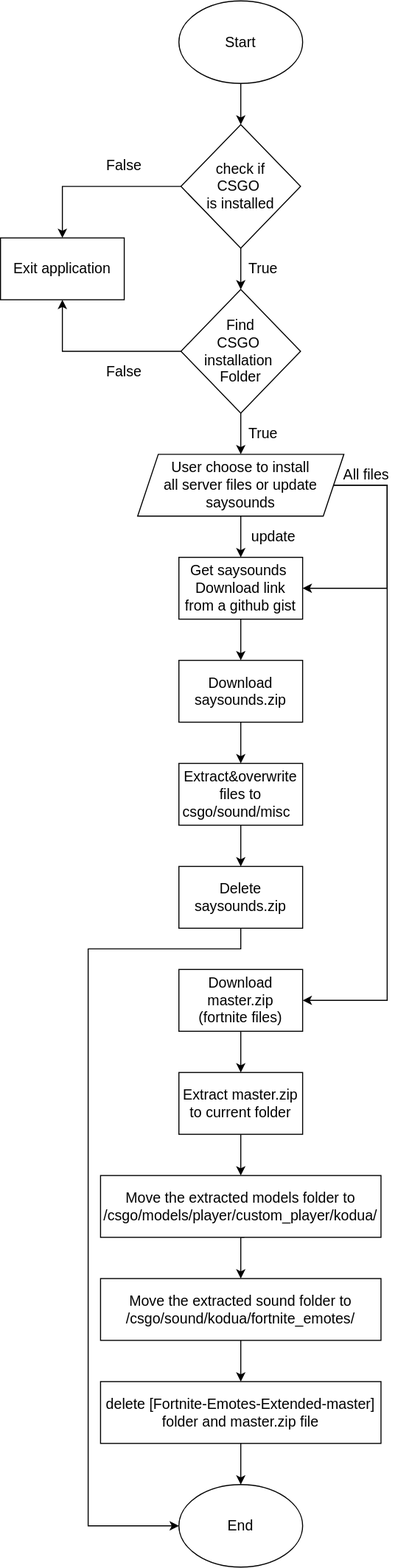
Above: HSFG.svg in SK10/HSFG (draw.io), before the change. Source tidied: cells renumbered, new cells last; positions are measured from the earlier drawing's top-left corner, leaving out a move shared by most shapes. Source of this version:
```xml
<mxGraphModel>
  <root>
    <mxCell id="0" />
    <mxCell id="1" parent="0" />
    <mxCell id="2" value="&lt;div&gt;True&lt;/div&gt;" style="text;html=1;strokeColor=none;fillColor=none;align=center;verticalAlign=middle;whiteSpace=wrap;rounded=0;fontSize=14;" parent="1" vertex="1">
      <mxGeometry x="235" y="250" width="40" height="20" as="geometry" />
    </mxCell>
    <mxCell id="3" value="&lt;div&gt;True&lt;/div&gt;" style="text;html=1;strokeColor=none;fillColor=none;align=center;verticalAlign=middle;whiteSpace=wrap;rounded=0;fontSize=14;" parent="1" vertex="1">
      <mxGeometry x="235" y="410" width="40" height="20" as="geometry" />
    </mxCell>
    <mxCell id="4" value="End" style="ellipse;whiteSpace=wrap;html=1;fontSize=14;" parent="1" vertex="1">
      <mxGeometry x="173" y="1440" width="120" height="80" as="geometry" />
    </mxCell>
    <mxCell id="5" style="edgeStyle=orthogonalEdgeStyle;rounded=0;jettySize=auto;html=1;exitX=0.5;exitY=1;exitDx=0;exitDy=0;entryX=0.5;entryY=0;entryDx=0;entryDy=0;" parent="1" edge="1" source="6" target="9">
      <mxGeometry relative="1" as="geometry" />
    </mxCell>
    <mxCell id="6" value="Start" style="ellipse;whiteSpace=wrap;html=1;fontSize=14;" parent="1" vertex="1">
      <mxGeometry x="173" width="120" height="80" as="geometry" />
    </mxCell>
    <mxCell id="7" style="edgeStyle=orthogonalEdgeStyle;rounded=0;jettySize=auto;html=1;exitX=0.5;exitY=1;exitDx=0;exitDy=0;entryX=0.5;entryY=0;entryDx=0;entryDy=0;" parent="1" edge="1" source="9" target="12">
      <mxGeometry relative="1" as="geometry" />
    </mxCell>
    <mxCell id="8" style="edgeStyle=orthogonalEdgeStyle;rounded=0;jettySize=auto;html=1;exitX=0;exitY=0.5;exitDx=0;exitDy=0;entryX=0.5;entryY=0;entryDx=0;entryDy=0;" parent="1" edge="1" source="9" target="32">
      <mxGeometry relative="1" as="geometry" />
    </mxCell>
    <mxCell id="9" value="check if &lt;br&gt;CSGO&amp;nbsp;&lt;br&gt;is installed" style="rhombus;whiteSpace=wrap;html=1;fontSize=14;" parent="1" vertex="1">
      <mxGeometry x="175" y="120" width="116" height="120" as="geometry" />
    </mxCell>
    <mxCell id="10" style="edgeStyle=orthogonalEdgeStyle;rounded=0;jettySize=auto;html=1;exitX=0;exitY=0.5;exitDx=0;exitDy=0;entryX=0.5;entryY=1;entryDx=0;entryDy=0;" parent="1" edge="1" source="12" target="32">
      <mxGeometry relative="1" as="geometry" />
    </mxCell>
    <mxCell id="11" style="edgeStyle=orthogonalEdgeStyle;rounded=0;jettySize=auto;html=1;exitX=0.5;exitY=1;exitDx=0;exitDy=0;entryX=0.5;entryY=0;entryDx=0;entryDy=0;" parent="1" edge="1" source="12" target="38">
      <mxGeometry relative="1" as="geometry" />
    </mxCell>
    <mxCell id="12" value="Find &lt;br&gt;CSGO&amp;nbsp;&lt;br&gt;installation&amp;nbsp;&lt;br&gt;Folder" style="rhombus;whiteSpace=wrap;html=1;fontSize=14;" parent="1" vertex="1">
      <mxGeometry x="175" y="280" width="116" height="120" as="geometry" />
    </mxCell>
    <mxCell id="13" style="edgeStyle=orthogonalEdgeStyle;rounded=0;jettySize=auto;html=1;exitX=0.5;exitY=1;exitDx=0;exitDy=0;entryX=0.5;entryY=0;entryDx=0;entryDy=0;" parent="1" edge="1" source="14" target="16">
      <mxGeometry relative="1" as="geometry" />
    </mxCell>
    <mxCell id="14" value="Get saysounds&amp;nbsp;&lt;br&gt;Download link from a github gist" style="rounded=0;whiteSpace=wrap;html=1;fontSize=14;" parent="1" vertex="1">
      <mxGeometry x="173" y="540" width="120" height="60" as="geometry" />
    </mxCell>
    <mxCell id="15" style="edgeStyle=orthogonalEdgeStyle;rounded=0;jettySize=auto;html=1;exitX=0.5;exitY=1;exitDx=0;exitDy=0;entryX=0.5;entryY=0;entryDx=0;entryDy=0;" parent="1" edge="1" source="16" target="18">
      <mxGeometry relative="1" as="geometry" />
    </mxCell>
    <mxCell id="16" value="Download saysounds.zip&lt;br&gt;" style="rounded=0;whiteSpace=wrap;html=1;fontSize=14;" parent="1" vertex="1">
      <mxGeometry x="173" y="640" width="120" height="60" as="geometry" />
    </mxCell>
    <mxCell id="17" style="edgeStyle=orthogonalEdgeStyle;rounded=0;jettySize=auto;html=1;exitX=0.5;exitY=1;exitDx=0;exitDy=0;" parent="1" edge="1" source="18" target="29">
      <mxGeometry relative="1" as="geometry" />
    </mxCell>
    <mxCell id="18" value="Extract&amp;amp;overwrite&lt;br&gt;files to csgo/sound/misc&amp;nbsp;&amp;nbsp;" style="rounded=0;whiteSpace=wrap;html=1;fontSize=14;" parent="1" vertex="1">
      <mxGeometry x="173" y="740" width="120" height="60" as="geometry" />
    </mxCell>
    <mxCell id="19" style="edgeStyle=orthogonalEdgeStyle;rounded=0;jettySize=auto;html=1;exitX=0.5;exitY=1;exitDx=0;exitDy=0;entryX=0.5;entryY=0;entryDx=0;entryDy=0;" parent="1" edge="1" source="20" target="22">
      <mxGeometry relative="1" as="geometry" />
    </mxCell>
    <mxCell id="20" value="Download master.zip &lt;br&gt;(fortnite files)" style="rounded=0;whiteSpace=wrap;html=1;fontSize=14;" parent="1" vertex="1">
      <mxGeometry x="173" y="940" width="120" height="60" as="geometry" />
    </mxCell>
    <mxCell id="21" style="edgeStyle=orthogonalEdgeStyle;rounded=0;jettySize=auto;html=1;exitX=0.5;exitY=1;exitDx=0;exitDy=0;entryX=0.5;entryY=0;entryDx=0;entryDy=0;" parent="1" edge="1" source="22" target="25">
      <mxGeometry relative="1" as="geometry" />
    </mxCell>
    <mxCell id="22" value="Extract master.zip to current folder" style="rounded=0;whiteSpace=wrap;html=1;fontSize=14;" parent="1" vertex="1">
      <mxGeometry x="173" y="1040" width="120" height="60" as="geometry" />
    </mxCell>
    <mxCell id="23" style="edgeStyle=orthogonalEdgeStyle;rounded=0;jettySize=auto;html=1;exitX=0.5;exitY=1;exitDx=0;exitDy=0;entryX=0.5;entryY=0;entryDx=0;entryDy=0;" parent="1" edge="1" source="25">
      <mxGeometry relative="1" as="geometry">
        <mxPoint x="236" y="1190" as="targetPoint" />
      </mxGeometry>
    </mxCell>
    <mxCell id="24" style="edgeStyle=orthogonalEdgeStyle;rounded=0;jettySize=auto;html=1;exitX=0.5;exitY=1;exitDx=0;exitDy=0;" parent="1" edge="1" source="25" target="27">
      <mxGeometry relative="1" as="geometry" />
    </mxCell>
    <mxCell id="25" value="Move the extracted models folder to /csgo/models/player/custom_player/kodua/" style="rounded=0;whiteSpace=wrap;html=1;fontSize=14;" parent="1" vertex="1">
      <mxGeometry x="97" y="1140" width="272" height="60" as="geometry" />
    </mxCell>
    <mxCell id="26" style="edgeStyle=orthogonalEdgeStyle;rounded=0;jettySize=auto;html=1;exitX=0.5;exitY=1;exitDx=0;exitDy=0;entryX=0.5;entryY=0;entryDx=0;entryDy=0;" parent="1" edge="1" source="27" target="31">
      <mxGeometry relative="1" as="geometry" />
    </mxCell>
    <mxCell id="27" value="Move the extracted sound folder to /csgo/sound/kodua/fortnite_emotes/" style="rounded=0;whiteSpace=wrap;html=1;fontSize=14;" parent="1" vertex="1">
      <mxGeometry x="97" y="1240" width="272" height="60" as="geometry" />
    </mxCell>
    <mxCell id="28" style="edgeStyle=orthogonalEdgeStyle;rounded=0;jettySize=auto;html=1;exitX=0.5;exitY=1;exitDx=0;exitDy=0;entryX=0;entryY=0.5;entryDx=0;entryDy=0;" parent="1" edge="1" source="29" target="4">
      <mxGeometry relative="1" as="geometry">
        <Array as="points">
          <mxPoint x="233" y="920" />
          <mxPoint x="85" y="920" />
          <mxPoint x="85" y="1480" />
        </Array>
      </mxGeometry>
    </mxCell>
    <mxCell id="29" value="Delete saysounds.zip" style="rounded=0;whiteSpace=wrap;html=1;fontSize=14;" parent="1" vertex="1">
      <mxGeometry x="173" y="840" width="120" height="60" as="geometry" />
    </mxCell>
    <mxCell id="30" style="edgeStyle=orthogonalEdgeStyle;rounded=0;jettySize=auto;html=1;exitX=0.5;exitY=1;exitDx=0;exitDy=0;entryX=0.5;entryY=0;entryDx=0;entryDy=0;" parent="1" edge="1" source="31" target="4">
      <mxGeometry relative="1" as="geometry" />
    </mxCell>
    <mxCell id="31" value="delete [Fortnite-Emotes-Extended-master] folder and master.zip file" style="rounded=0;whiteSpace=wrap;html=1;fontSize=14;" parent="1" vertex="1">
      <mxGeometry x="97" y="1340" width="272" height="60" as="geometry" />
    </mxCell>
    <mxCell id="32" value="Exit application" style="rounded=0;whiteSpace=wrap;html=1;fontSize=14;" parent="1" vertex="1">
      <mxGeometry y="230" width="120" height="60" as="geometry" />
    </mxCell>
    <mxCell id="33" value="&lt;div&gt;False&lt;/div&gt;" style="text;html=1;strokeColor=none;fillColor=none;align=center;verticalAlign=middle;whiteSpace=wrap;rounded=0;fontSize=14;" parent="1" vertex="1">
      <mxGeometry x="100" y="150" width="40" height="20" as="geometry" />
    </mxCell>
    <mxCell id="34" value="&lt;div&gt;False&lt;/div&gt;" style="text;html=1;strokeColor=none;fillColor=none;align=center;verticalAlign=middle;whiteSpace=wrap;rounded=0;fontSize=14;" parent="1" vertex="1">
      <mxGeometry x="100" y="350" width="40" height="20" as="geometry" />
    </mxCell>
    <mxCell id="35" style="edgeStyle=orthogonalEdgeStyle;rounded=0;jettySize=auto;html=1;exitX=0.5;exitY=1;exitDx=0;exitDy=0;entryX=0.5;entryY=0;entryDx=0;entryDy=0;" parent="1" edge="1" source="38" target="14">
      <mxGeometry relative="1" as="geometry" />
    </mxCell>
    <mxCell id="36" style="edgeStyle=orthogonalEdgeStyle;rounded=0;jettySize=auto;html=1;exitX=1;exitY=0.5;exitDx=0;exitDy=0;entryX=1;entryY=0.5;entryDx=0;entryDy=0;" parent="1" edge="1" source="38" target="14">
      <mxGeometry relative="1" as="geometry">
        <Array as="points">
          <mxPoint x="375" y="470" />
          <mxPoint x="375" y="570" />
        </Array>
      </mxGeometry>
    </mxCell>
    <mxCell id="37" style="edgeStyle=orthogonalEdgeStyle;rounded=0;jettySize=auto;html=1;exitX=1;exitY=0.5;exitDx=0;exitDy=0;entryX=1;entryY=0.5;entryDx=0;entryDy=0;" parent="1" edge="1" source="38" target="20">
      <mxGeometry relative="1" as="geometry">
        <Array as="points">
          <mxPoint x="375" y="470" />
          <mxPoint x="375" y="970" />
        </Array>
      </mxGeometry>
    </mxCell>
    <mxCell id="38" value="&lt;span style=&quot;font-size: 14px&quot;&gt;User choose to install &lt;br&gt;all server files or update saysounds&lt;/span&gt;" style="shape=parallelogram;perimeter=parallelogramPerimeter;whiteSpace=wrap;html=1;fixedSize=1;" parent="1" vertex="1">
      <mxGeometry x="133" y="440" width="200" height="60" as="geometry" />
    </mxCell>
    <mxCell id="39" value="update" style="text;html=1;strokeColor=none;fillColor=none;align=center;verticalAlign=middle;whiteSpace=wrap;rounded=0;fontSize=14;" parent="1" vertex="1">
      <mxGeometry x="235" y="510" width="60" height="20" as="geometry" />
    </mxCell>
    <mxCell id="40" value="All files" style="text;html=1;strokeColor=none;fillColor=none;align=center;verticalAlign=middle;whiteSpace=wrap;rounded=0;fontSize=14;" parent="1" vertex="1">
      <mxGeometry x="325" y="450" width="60" height="20" as="geometry" />
    </mxCell>
  </root>
</mxGraphModel>
```
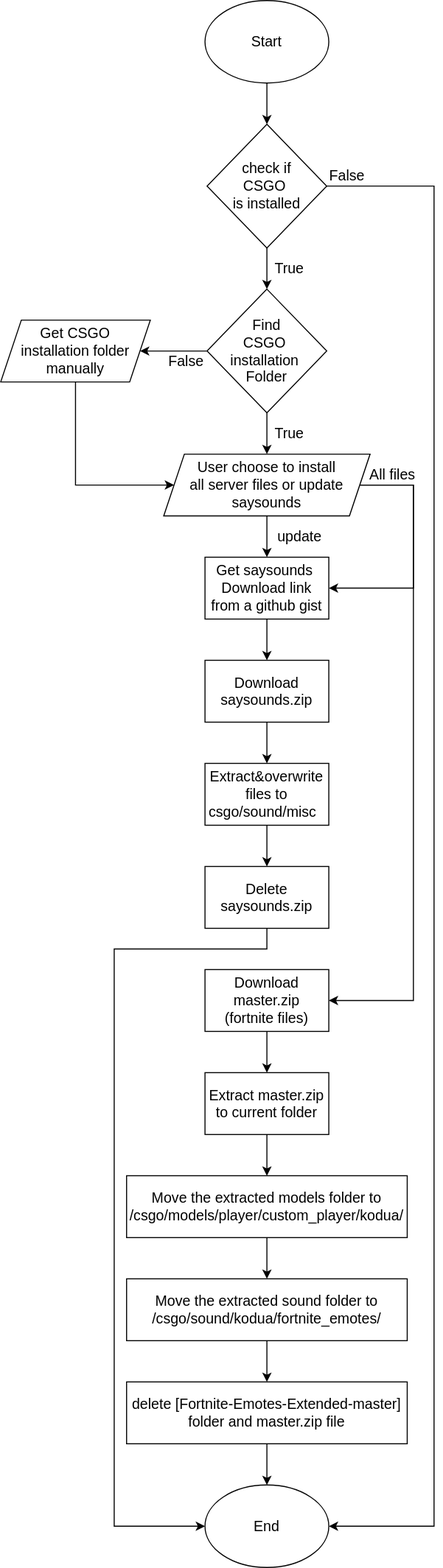
The same diagram one commit later.

What changed in the source:
```diff
@@ -20,18 +20,23 @@
     <mxCell id="7" style="edgeStyle=orthogonalEdgeStyle;rounded=0;jettySize=auto;html=1;exitX=0.5;exitY=1;exitDx=0;exitDy=0;entryX=0.5;entryY=0;entryDx=0;entryDy=0;" parent="1" edge="1" source="9" target="12">
       <mxGeometry relative="1" as="geometry" />
     </mxCell>
-    <mxCell id="8" style="edgeStyle=orthogonalEdgeStyle;rounded=0;jettySize=auto;html=1;exitX=0;exitY=0.5;exitDx=0;exitDy=0;entryX=0.5;entryY=0;entryDx=0;entryDy=0;" parent="1" edge="1" source="9" target="32">
-      <mxGeometry relative="1" as="geometry" />
-    </mxCell>
+    <mxCell id="41" style="edgeStyle=orthogonalEdgeStyle;rounded=0;jettySize=auto;html=1;exitX=1;exitY=0.5;exitDx=0;exitDy=0;entryX=1;entryY=0.5;entryDx=0;entryDy=0;" parent="1" edge="1" source="9" target="4">
+      <mxGeometry relative="1" as="geometry">
+        <Array as="points">
+          <mxPoint x="395" y="180" />
+          <mxPoint x="395" y="1480" />
+        </Array>
+      </mxGeometry>
+    </mxCell>
     <mxCell id="9" value="check if &lt;br&gt;CSGO&amp;nbsp;&lt;br&gt;is installed" style="rhombus;whiteSpace=wrap;html=1;fontSize=14;" parent="1" vertex="1">
       <mxGeometry x="175" y="120" width="116" height="120" as="geometry" />
     </mxCell>
-    <mxCell id="10" style="edgeStyle=orthogonalEdgeStyle;rounded=0;jettySize=auto;html=1;exitX=0;exitY=0.5;exitDx=0;exitDy=0;entryX=0.5;entryY=1;entryDx=0;entryDy=0;" parent="1" edge="1" source="12" target="32">
-      <mxGeometry relative="1" as="geometry" />
-    </mxCell>
     <mxCell id="11" style="edgeStyle=orthogonalEdgeStyle;rounded=0;jettySize=auto;html=1;exitX=0.5;exitY=1;exitDx=0;exitDy=0;entryX=0.5;entryY=0;entryDx=0;entryDy=0;" parent="1" edge="1" source="12" target="38">
       <mxGeometry relative="1" as="geometry" />
     </mxCell>
+    <mxCell id="42" style="edgeStyle=orthogonalEdgeStyle;rounded=0;jettySize=auto;html=1;exitX=0;exitY=0.5;exitDx=0;exitDy=0;entryX=1;entryY=0.5;entryDx=0;entryDy=0;" parent="1" edge="1" source="12" target="44">
+      <mxGeometry relative="1" as="geometry" />
+    </mxCell>
     <mxCell id="12" value="Find &lt;br&gt;CSGO&amp;nbsp;&lt;br&gt;installation&amp;nbsp;&lt;br&gt;Folder" style="rhombus;whiteSpace=wrap;html=1;fontSize=14;" parent="1" vertex="1">
       <mxGeometry x="175" y="280" width="116" height="120" as="geometry" />
     </mxCell>
@@ -100,14 +105,11 @@
     <mxCell id="31" value="delete [Fortnite-Emotes-Extended-master] folder and master.zip file" style="rounded=0;whiteSpace=wrap;html=1;fontSize=14;" parent="1" vertex="1">
       <mxGeometry x="97" y="1340" width="272" height="60" as="geometry" />
     </mxCell>
-    <mxCell id="32" value="Exit application" style="rounded=0;whiteSpace=wrap;html=1;fontSize=14;" parent="1" vertex="1">
-      <mxGeometry y="230" width="120" height="60" as="geometry" />
-    </mxCell>
     <mxCell id="33" value="&lt;div&gt;False&lt;/div&gt;" style="text;html=1;strokeColor=none;fillColor=none;align=center;verticalAlign=middle;whiteSpace=wrap;rounded=0;fontSize=14;" parent="1" vertex="1">
-      <mxGeometry x="100" y="150" width="40" height="20" as="geometry" />
+      <mxGeometry x="291" y="160" width="40" height="20" as="geometry" />
     </mxCell>
     <mxCell id="34" value="&lt;div&gt;False&lt;/div&gt;" style="text;html=1;strokeColor=none;fillColor=none;align=center;verticalAlign=middle;whiteSpace=wrap;rounded=0;fontSize=14;" parent="1" vertex="1">
-      <mxGeometry x="100" y="350" width="40" height="20" as="geometry" />
+      <mxGeometry x="135" y="340" width="40" height="20" as="geometry" />
     </mxCell>
     <mxCell id="35" style="edgeStyle=orthogonalEdgeStyle;rounded=0;jettySize=auto;html=1;exitX=0.5;exitY=1;exitDx=0;exitDy=0;entryX=0.5;entryY=0;entryDx=0;entryDy=0;" parent="1" edge="1" source="38" target="14">
       <mxGeometry relative="1" as="geometry" />
@@ -137,5 +139,15 @@
     <mxCell id="40" value="All files" style="text;html=1;strokeColor=none;fillColor=none;align=center;verticalAlign=middle;whiteSpace=wrap;rounded=0;fontSize=14;" parent="1" vertex="1">
       <mxGeometry x="325" y="450" width="60" height="20" as="geometry" />
     </mxCell>
+    <mxCell id="43" style="edgeStyle=orthogonalEdgeStyle;rounded=0;jettySize=auto;html=1;exitX=0.5;exitY=1;exitDx=0;exitDy=0;entryX=0;entryY=0.5;entryDx=0;entryDy=0;" parent="1" edge="1" source="44" target="38">
+      <mxGeometry relative="1" as="geometry">
+        <Array as="points">
+          <mxPoint x="48" y="470" />
+        </Array>
+      </mxGeometry>
+    </mxCell>
+    <mxCell id="44" value="&lt;span style=&quot;font-size: 14px&quot;&gt;Get CSGO&lt;br&gt;installation folder &lt;br&gt;manually&lt;/span&gt;" style="shape=parallelogram;perimeter=parallelogramPerimeter;whiteSpace=wrap;html=1;fixedSize=1;" parent="1" vertex="1">
+      <mxGeometry x="-25" y="310" width="145" height="60" as="geometry" />
+    </mxCell>
   </root>
 </mxGraphModel>
```
